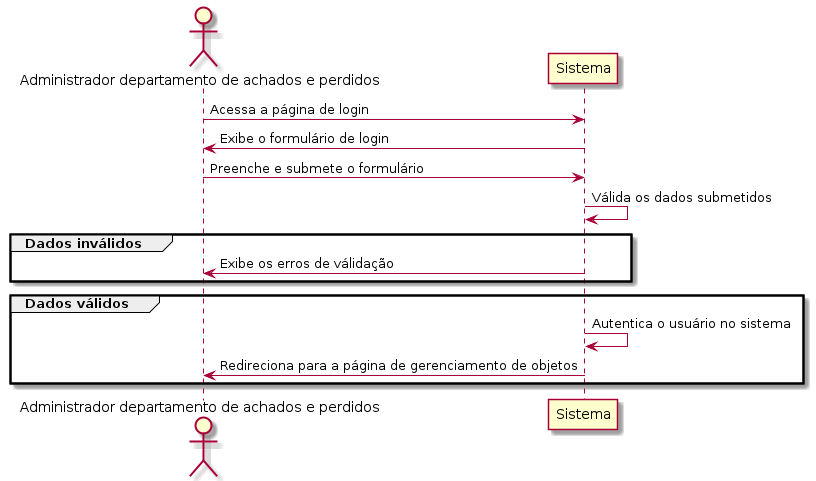
Before: out/casos-de-uso/administrador/RAP06/RAP06.png, a diagram exported from PlantUML (treinaweb/desafio-achados-e-perdidos).
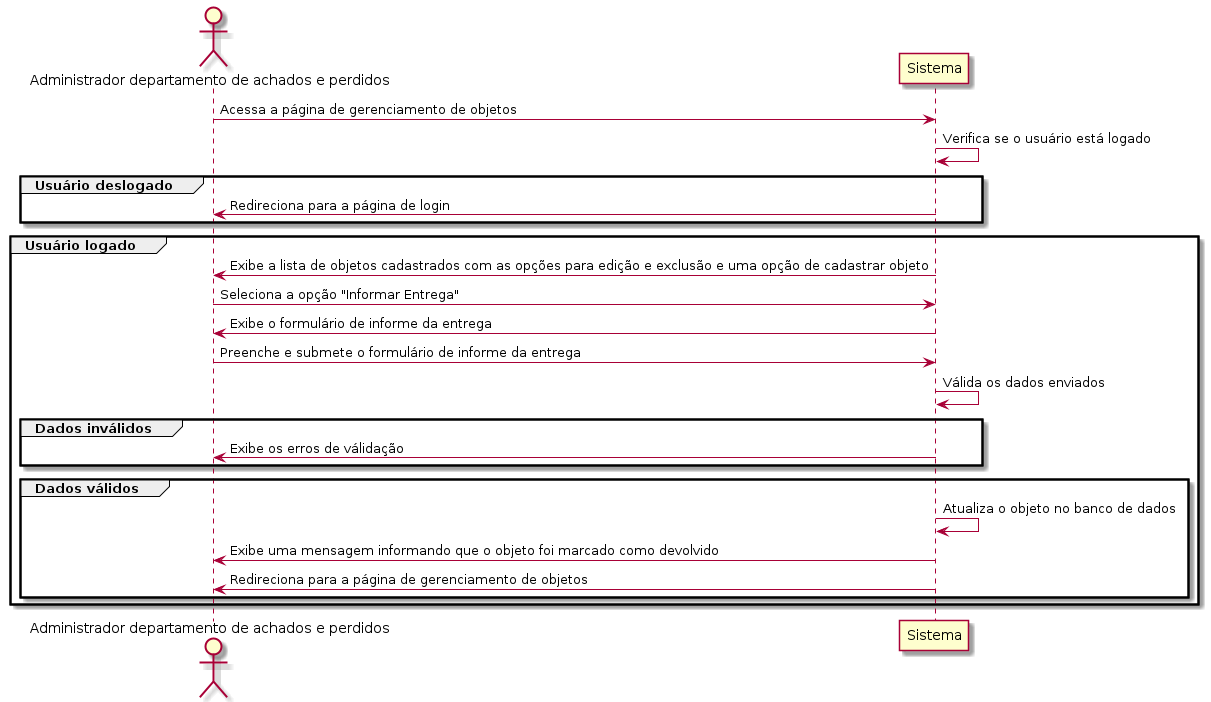
After the change.

Commit message:
atualiza caso de uso RAP05

What changed in the source:
```diff
@@ -3,18 +3,29 @@
 actor "Administrador departamento de achados e perdidos" as admin
 participant "Sistema" as sistema
 
-admin -> sistema: Acessa a página de login
-sistema -> admin: Exibe o formulário de login
-admin -> sistema: Preenche e submete o formulário
-sistema -> sistema: Válida os dados submetidos
+admin -> sistema: Acessa a página de gerenciamento de objetos
+sistema -> sistema: Verifica se o usuário está logado
 
-group Dados inválidos
-  sistema -> admin: Exibe os erros de válidação
+group Usuário deslogado
+  sistema -> admin: Redireciona para a página de login
 end
 
-group Dados válidos
-  sistema -> sistema: Autentica o usuário no sistema
-  sistema -> admin: Redireciona para a página de gerenciamento de objetos
+group Usuário logado
+  sistema -> admin: Exibe a lista de objetos cadastrados com as opções para edição e exclusão e uma opção de cadastrar objeto
+  admin -> sistema: Seleciona a opção "Informar Entrega"
+  sistema -> admin: Exibe o formulário de informe da entrega
+  admin -> sistema: Preenche e submete o formulário de informe da entrega
+  sistema -> sistema: Válida os dados enviados
+
+  group Dados inválidos
+    sistema -> admin: Exibe os erros de válidação
+  end
+
+  group Dados válidos
+    sistema -> sistema: Atualiza o objeto no banco de dados
+    sistema -> admin: Exibe uma mensagem informando que o objeto foi marcado como devolvido
+    sistema -> admin: Redireciona para a página de gerenciamento de objetos
+  end
 end
 
 @enduml
```
